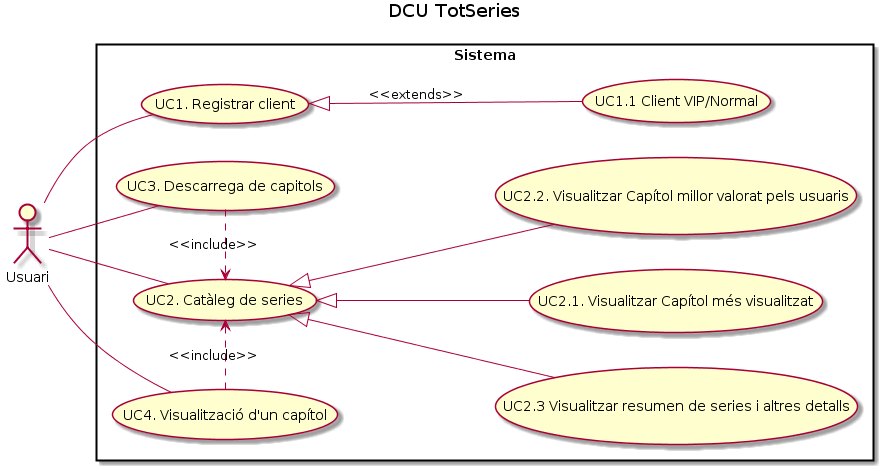
Earlier version of the PlantUML export Lab3/DCU/DCU-TotSeries.png (Ralleg314/DS). Source of this version:
```plantuml
@startuml
left to right direction
title DCU TotSeries

actor Usuari as user

Rectangle Sistema {

usecase (UC1. Registrar client) as UC1
usecase (UC1.1 Client VIP/Normal) as UC1.1


usecase (UC2.3 Visualitzar resumen de series i altres detalls) as UC23

usecase (UC3. Descarrega de capitols) as UC3

usecase (UC4. Visualització d'un capítol) as UC4

usecase (UC2. Catàleg de series) as UC2
usecase (UC2.1. Visualitzar Capítol més visualitzat) as UC21
usecase (UC2.2. Visualitzar Capítol millor valorat pels usuaris) as UC22


}

user - UC1
UC1 <|-- UC1.1: <<extends>>
user -- UC2
UC2 <|-- UC21
UC2 <|-- UC22
UC2 <|-- UC23
user - UC3
UC3 .> UC2 : <<include>>

user -- UC4
UC4 .> UC2 : <<include>>
@enduml
```
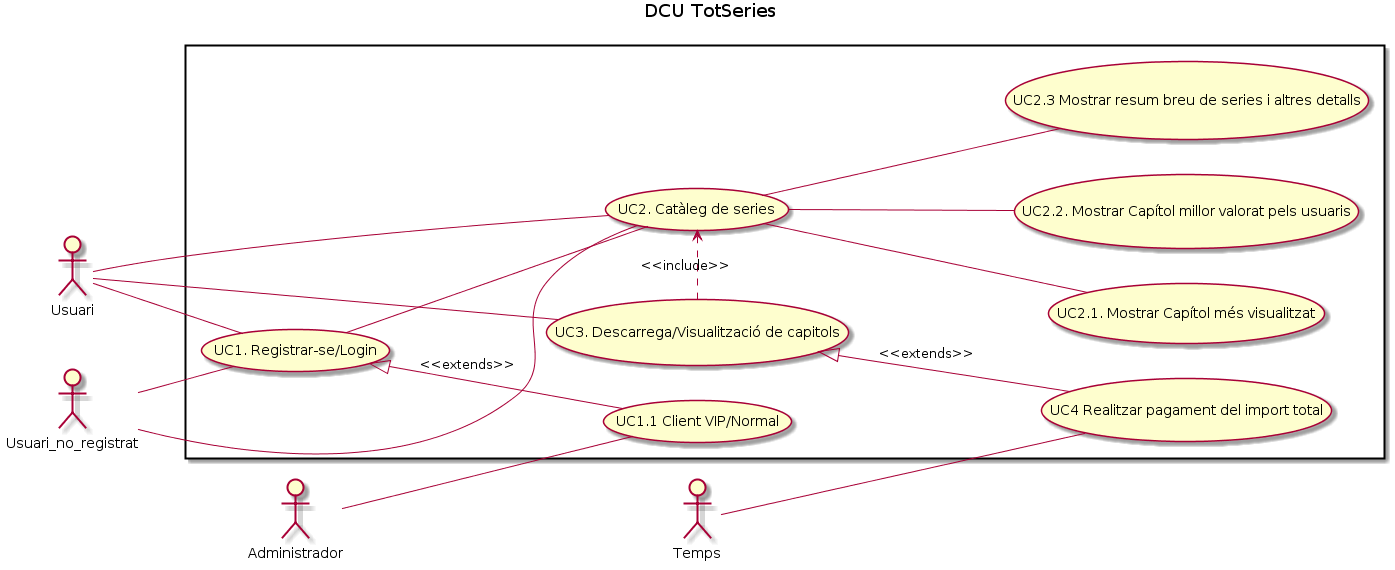
Above is the later version.

Commit message:
Mod_Code+Picture

Diff of the diagram source:
```diff
@@ -3,35 +3,40 @@
 title DCU TotSeries
 
 actor Usuari as user
+actor Temps as user2
+actor Administrador as user3
+actor Usuari_no_registrat as user4
 
-Rectangle Sistema {
 
-usecase (UC1. Registrar client) as UC1
+Rectangle {
+usecase (UC1. Registrar-se/Login) as UC1
 usecase (UC1.1 Client VIP/Normal) as UC1.1
 
+usecase (UC2. Catàleg de series) as UC2
+usecase (UC2.1. Mostrar Capítol més visualitzat) as UC21
+usecase (UC2.2. Mostrar Capítol millor valorat pels usuaris) as UC22
 
-usecase (UC2.3 Visualitzar resumen de series i altres detalls) as UC23
+usecase (UC2.3 Mostrar resum breu de series i altres detalls) as UC23
+usecase (UC3. Descarrega/Visualització de capitols) as UC3
 
-usecase (UC3. Descarrega de capitols) as UC3
+usecase (UC4 Realitzar pagament del import total) as UC4
+}
 
-usecase (UC4. Visualització d'un capítol) as UC4
-
-usecase (UC2. Catàleg de series) as UC2
-usecase (UC2.1. Visualitzar Capítol més visualitzat) as UC21
-usecase (UC2.2. Visualitzar Capítol millor valorat pels usuaris) as UC22
+user -- UC1
+user4 -- UC1
+user -- UC2
+user4 -- UC2
+UC1 <|-- UC1.1: <<extends>>
+UC1 -- UC2
 
 
-}
+user3 -- UC1.1
 
-user - UC1
-UC1 <|-- UC1.1: <<extends>>
-user -- UC2
-UC2 <|-- UC21
-UC2 <|-- UC22
-UC2 <|-- UC23
+UC2 -- UC21
+UC2 -- UC22
+UC2 -- UC23
 user - UC3
 UC3 .> UC2 : <<include>>
-
-user -- UC4
-UC4 .> UC2 : <<include>>
+user2 - UC4
+UC3 <|-- UC4: <<extends>>
 @enduml
```
